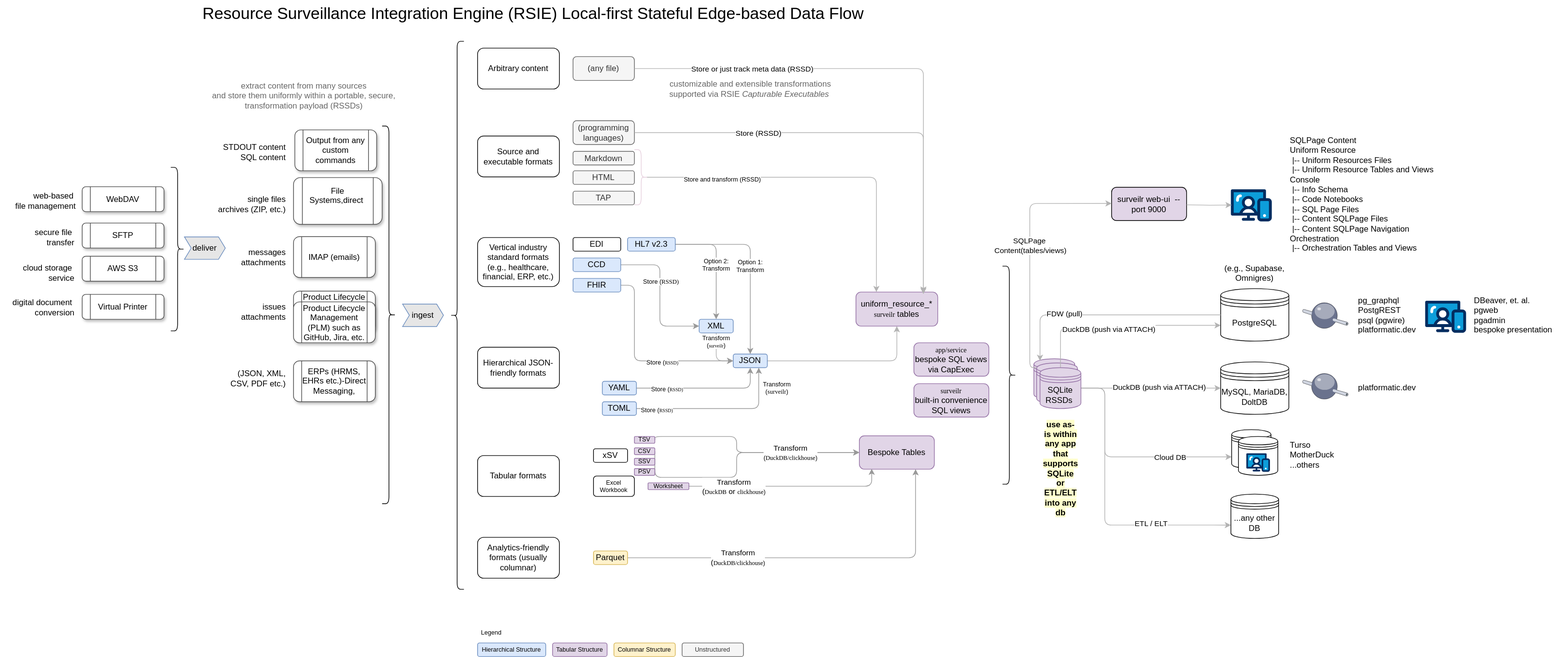
Above: pattern/integration-engine/assets/resource-surveillance-integration-engine-data-flow.drawio.svg in opsfolio/resource-surveillance-commons (draw.io), before the change. Source tidied: cells renumbered, new cells last; positions are measured from the earlier drawing's top-left corner, leaving out a move shared by most shapes.
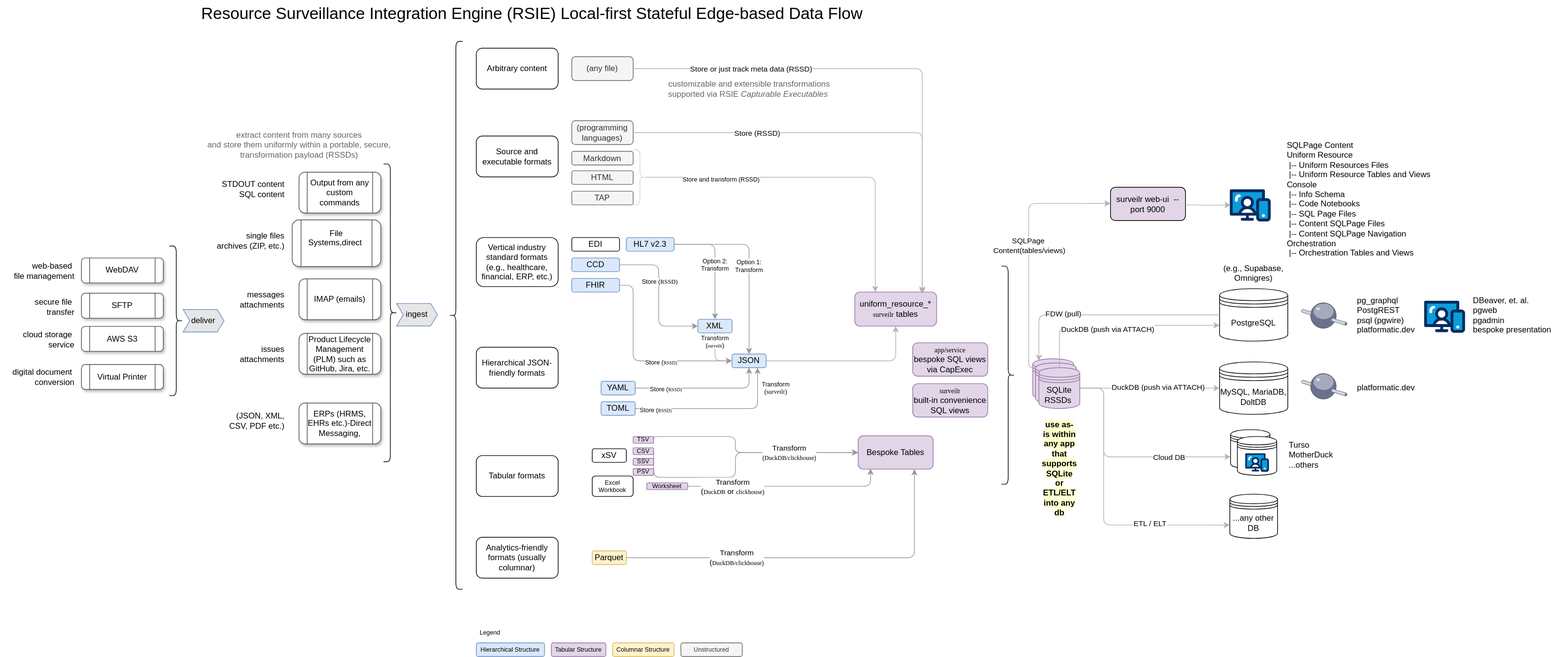
The same diagram one commit later.

Commit message:
docs: update the technical summary dataflow diagram

What changed in the source:
```diff
@@ -300,46 +300,46 @@
       <mxGeometry x="1790" y="380" width="100" height="40" as="geometry" />
     </mxCell>
     <mxCell id="89" value="File Systems,direct&amp;nbsp;&lt;div&gt;&lt;br&gt;&lt;/div&gt;" style="shape=process;whiteSpace=wrap;html=1;backgroundOutline=1;rounded=1;glass=0;shadow=1;strokeColor=#4D4D4D;" parent="1" vertex="1">
-      <mxGeometry x="430" y="260" width="130" height="68.6" as="geometry" />
+      <mxGeometry x="430" y="322" width="130" height="68.6" as="geometry" />
     </mxCell>
     <mxCell id="90" value="IMAP (emails)" style="shape=process;whiteSpace=wrap;html=1;backgroundOutline=1;rounded=1;glass=0;shadow=1;strokeColor=#4D4D4D;" parent="1" vertex="1">
-      <mxGeometry x="430" y="346.6" width="120" height="60" as="geometry" />
+      <mxGeometry x="440" y="408.6" width="120" height="60" as="geometry" />
     </mxCell>
     <mxCell id="91" value="Product Lifecycle Management (PLM) such as GitHub, Jira, etc." style="shape=process;whiteSpace=wrap;html=1;backgroundOutline=1;rounded=1;glass=0;shadow=1;strokeColor=#4D4D4D;" parent="1" vertex="1">
-      <mxGeometry x="430" y="426.6" width="120" height="60" as="geometry" />
+      <mxGeometry x="440" y="488.6" width="120" height="60" as="geometry" />
     </mxCell>
     <mxCell id="92" value="single files&lt;div&gt;archives (ZIP, etc.)&lt;/div&gt;" style="text;html=1;align=right;verticalAlign=middle;strokeColor=none;fillColor=none;" parent="1" vertex="1">
-      <mxGeometry x="300" y="278.6" width="120" height="40" as="geometry" />
+      <mxGeometry x="300" y="332.6" width="120" height="40" as="geometry" />
     </mxCell>
     <mxCell id="93" value="messages&lt;div&gt;attachments&lt;/div&gt;" style="text;html=1;align=right;verticalAlign=middle;strokeColor=none;fillColor=none;" parent="1" vertex="1">
-      <mxGeometry x="330" y="356.6" width="90" height="40" as="geometry" />
+      <mxGeometry x="330" y="418.6" width="90" height="40" as="geometry" />
     </mxCell>
     <mxCell id="94" value="issues&lt;div&gt;attachments&lt;/div&gt;" style="text;html=1;align=right;verticalAlign=middle;strokeColor=none;fillColor=none;" parent="1" vertex="1">
-      <mxGeometry x="330" y="436.6" width="90" height="40" as="geometry" />
+      <mxGeometry x="330" y="498.6" width="90" height="40" as="geometry" />
     </mxCell>
     <mxCell id="95" style="shape=curlyBracket;whiteSpace=wrap;html=1;rounded=1;flipH=1;labelPosition=right;verticalLabelPosition=middle;align=left;verticalAlign=middle;" parent="1" vertex="1">
-      <mxGeometry x="560" y="184.4" width="20" height="554.2" as="geometry" />
+      <mxGeometry x="564" y="240" width="20" height="437" as="geometry" />
     </mxCell>
     <mxCell id="96" value="ERPs (HRMS, EHRs etc.)-Direct Messaging," style="shape=process;whiteSpace=wrap;html=1;backgroundOutline=1;rounded=1;glass=0;shadow=1;strokeColor=#4D4D4D;" parent="1" vertex="1">
-      <mxGeometry x="430" y="529" width="120" height="60" as="geometry" />
+      <mxGeometry x="440" y="591" width="120" height="60" as="geometry" />
     </mxCell>
     <mxCell id="97" value="ingest" style="shape=step;perimeter=stepPerimeter;whiteSpace=wrap;html=1;fixedSize=1;size=10;strokeColor=#6c8ebf;fillColor=#E6E6E6;" parent="1" vertex="1">
-      <mxGeometry x="590" y="445.6" width="60" height="33" as="geometry" />
+      <mxGeometry x="583" y="444.8" width="60" height="33" as="geometry" />
     </mxCell>
     <mxCell id="98" value="(&lt;span style=&quot;background-color: initial;&quot;&gt;JSON, XML,&lt;/span&gt;&lt;div&gt;&lt;span style=&quot;background-color: initial;&quot;&gt;CSV, PDF etc.)&lt;/span&gt;&lt;/div&gt;" style="text;html=1;align=right;verticalAlign=middle;strokeColor=none;fillColor=none;" parent="1" vertex="1">
-      <mxGeometry x="320" y="534.8" width="100" height="40" as="geometry" />
+      <mxGeometry x="320" y="596.8" width="100" height="40" as="geometry" />
     </mxCell>
     <mxCell id="99" value="Output from any custom commands" style="shape=process;whiteSpace=wrap;html=1;backgroundOutline=1;rounded=1;glass=0;shadow=1;strokeColor=#4D4D4D;" parent="1" vertex="1">
-      <mxGeometry x="432" y="190" width="120" height="60" as="geometry" />
+      <mxGeometry x="440" y="252" width="120" height="60" as="geometry" />
     </mxCell>
     <mxCell id="100" value="&lt;div&gt;STDOUT content&lt;/div&gt;&lt;div&gt;SQL content&lt;/div&gt;" style="text;html=1;align=right;verticalAlign=middle;strokeColor=none;fillColor=none;" parent="1" vertex="1">
-      <mxGeometry x="300" y="203.4" width="120" height="40" as="geometry" />
+      <mxGeometry x="300" y="257.4" width="120" height="40" as="geometry" />
     </mxCell>
     <mxCell id="101" style="shape=curlyBracket;whiteSpace=wrap;html=1;rounded=1;flipH=1;labelPosition=right;verticalLabelPosition=middle;align=left;verticalAlign=middle;rotation=-180;" parent="1" vertex="1">
       <mxGeometry x="660" y="60" width="20" height="804.2" as="geometry" />
     </mxCell>
     <mxCell id="102" value="&lt;div&gt;extract content from many sources&lt;/div&gt;&lt;div&gt;and store them uniformly within a portable, secure,&lt;br&gt;transformation payload (RSSDs)&lt;/div&gt;" style="text;html=1;align=center;verticalAlign=middle;strokeColor=none;fillColor=none;fontColor=#666666;" parent="1" vertex="1">
-      <mxGeometry x="300" y="110" width="290" height="60" as="geometry" />
+      <mxGeometry x="295" y="181.5" width="290" height="60" as="geometry" />
     </mxCell>
     <mxCell id="103" style="verticalLabelPosition=bottom;html=1;shape=mxgraph.salesforce.web;" parent="1" vertex="1">
       <mxGeometry x="2090" y="440.6" width="60" height="47.4" as="geometry" />
@@ -374,9 +374,6 @@
     <mxCell id="113" value="PSV" style="rounded=1;whiteSpace=wrap;html=1;fillColor=#e1d5e7;strokeColor=#9673a6;fontSize=9;" parent="1" vertex="1">
       <mxGeometry x="930" y="687" width="30" height="10" as="geometry" />
     </mxCell>
-    <mxCell id="114" value="Product Lifecycle Management (PLM) such as GitHub, Jira, etc." style="shape=process;whiteSpace=wrap;html=1;backgroundOutline=1;rounded=1;glass=0;shadow=1;strokeColor=#4D4D4D;" parent="1" vertex="1">
-      <mxGeometry x="430" y="442.5" width="120" height="60" as="geometry" />
-    </mxCell>
     <mxCell id="115" style="verticalLabelPosition=bottom;html=1;shape=mxgraph.salesforce.web;" parent="1" vertex="1">
       <mxGeometry x="1805" y="277.1" width="60" height="47.4" as="geometry" />
     </mxCell>
@@ -384,22 +381,22 @@
       <mxGeometry x="1630" y="274.1" width="110" height="49" as="geometry" />
     </mxCell>
     <mxCell id="117" value="WebDAV" style="shape=process;whiteSpace=wrap;html=1;backgroundOutline=1;rounded=1;glass=0;shadow=1;strokeColor=#4D4D4D;" parent="1" vertex="1">
-      <mxGeometry x="120" y="273.4" width="120" height="36.6" as="geometry" />
+      <mxGeometry x="121" y="378" width="120" height="36.6" as="geometry" />
     </mxCell>
     <mxCell id="118" value="SFTP" style="shape=process;whiteSpace=wrap;html=1;backgroundOutline=1;rounded=1;glass=0;shadow=1;strokeColor=#4D4D4D;" parent="1" vertex="1">
-      <mxGeometry x="120" y="326.8" width="120" height="36.6" as="geometry" />
+      <mxGeometry x="121" y="429.8" width="120" height="36.6" as="geometry" />
     </mxCell>
     <mxCell id="119" value="AWS S3" style="shape=process;whiteSpace=wrap;html=1;backgroundOutline=1;rounded=1;glass=0;shadow=1;strokeColor=#4D4D4D;" parent="1" vertex="1">
-      <mxGeometry x="120" y="375.4" width="120" height="36.6" as="geometry" />
+      <mxGeometry x="121" y="478.4" width="120" height="36.6" as="geometry" />
     </mxCell>
     <mxCell id="120" value="Virtual Printer" style="shape=process;whiteSpace=wrap;html=1;backgroundOutline=1;rounded=1;glass=0;shadow=1;strokeColor=#4D4D4D;" parent="1" vertex="1">
-      <mxGeometry x="120" y="431.4" width="120" height="36.6" as="geometry" />
+      <mxGeometry x="121" y="534.4" width="120" height="36.6" as="geometry" />
     </mxCell>
     <mxCell id="121" style="shape=curlyBracket;whiteSpace=wrap;html=1;rounded=1;flipH=1;labelPosition=right;verticalLabelPosition=middle;align=left;verticalAlign=middle;" parent="1" vertex="1">
-      <mxGeometry x="250" y="245" width="20" height="240" as="geometry" />
+      <mxGeometry x="250" y="360.4" width="20" height="219.6" as="geometry" />
     </mxCell>
     <mxCell id="122" value="deliver" style="shape=step;perimeter=stepPerimeter;whiteSpace=wrap;html=1;fixedSize=1;size=10;strokeColor=#6c8ebf;fillColor=#E6E6E6;" parent="1" vertex="1">
-      <mxGeometry x="270" y="347" width="60" height="33" as="geometry" />
+      <mxGeometry x="270" y="453.7" width="60" height="33" as="geometry" />
     </mxCell>
     <mxCell id="123" style="edgeStyle=orthogonalEdgeStyle;rounded=1;orthogonalLoop=1;jettySize=auto;html=1;curved=0;strokeColor=#B3B3B3;" parent="1" edge="1">
       <mxGeometry relative="1" as="geometry">
@@ -423,19 +420,19 @@
       </mxGeometry>
     </mxCell>
     <mxCell id="126" value="SQLPage Content &#10;Uniform Resource&#10; |-- Uniform Resources Files&#10; |-- Uniform Resource Tables and Views&#10;Console&#10; |-- Info Schema&#10; |-- Code Notebooks&#10; |-- SQL Page Files&#10; |-- Content SQLPage Files&#10; |-- Content SQLPage Navigation&#10;Orchestration&#10; |-- Orchestration Tables and Views" style="text;whiteSpace=wrap;" parent="1" vertex="1">
-      <mxGeometry x="1890" y="191.7" width="240" height="200" as="geometry" />
+      <mxGeometry x="1887" y="198.7" width="240" height="200" as="geometry" />
     </mxCell>
     <mxCell id="127" value="web-based&amp;nbsp;&lt;div&gt;file management&lt;br&gt;&lt;/div&gt;" style="text;html=1;align=right;verticalAlign=middle;strokeColor=none;fillColor=none;" parent="1" vertex="1">
-      <mxGeometry x="2" y="273.7" width="110" height="40" as="geometry" />
+      <mxGeometry x="2" y="376.7" width="110" height="40" as="geometry" />
     </mxCell>
     <mxCell id="128" value="secure file&amp;nbsp;&lt;div&gt;&lt;span style=&quot;background-color: initial;&quot;&gt;transfer&lt;/span&gt;&lt;/div&gt;" style="text;html=1;align=right;verticalAlign=middle;strokeColor=none;fillColor=none;" parent="1" vertex="1">
-      <mxGeometry x="30" y="328" width="80" height="40" as="geometry" />
+      <mxGeometry x="32" y="430" width="80" height="40" as="geometry" />
     </mxCell>
     <mxCell id="129" value="cloud storage&amp;nbsp;&lt;div&gt;service&lt;/div&gt;" style="text;html=1;align=right;verticalAlign=middle;strokeColor=none;fillColor=none;" parent="1" vertex="1">
-      <mxGeometry x="10" y="380" width="100" height="40" as="geometry" />
+      <mxGeometry x="12" y="478" width="100" height="40" as="geometry" />
     </mxCell>
     <mxCell id="130" value="digital document&amp;nbsp;&lt;div&gt;conversion&lt;br&gt;&lt;/div&gt;" style="text;html=1;align=right;verticalAlign=middle;strokeColor=none;fillColor=none;" parent="1" vertex="1">
-      <mxGeometry y="431.4" width="110" height="40" as="geometry" />
+      <mxGeometry x="2" y="533.4" width="110" height="40" as="geometry" />
     </mxCell>
   </root>
 </mxGraphModel>
```
